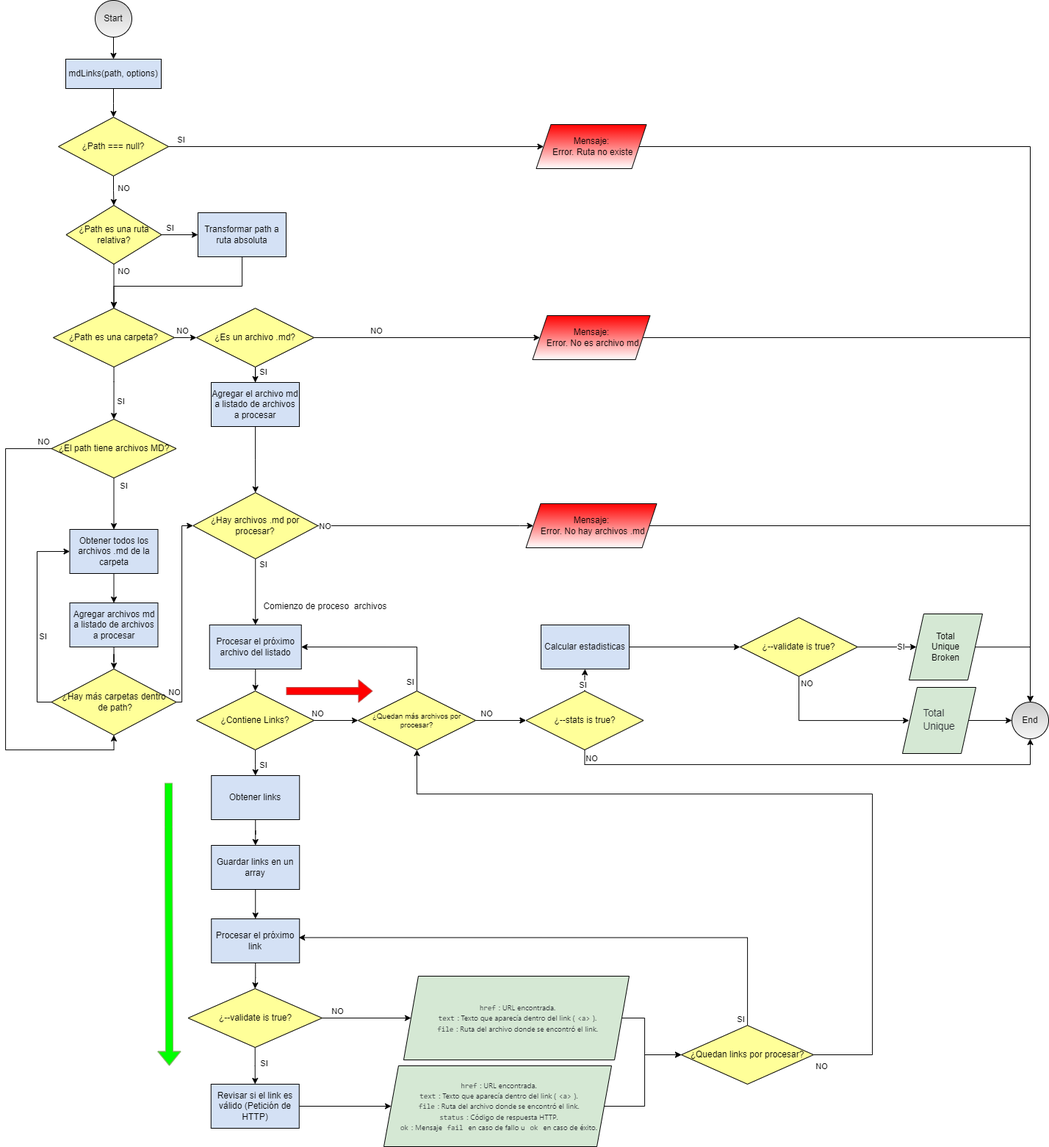
The draw.io diagram Readme img/Flowchart.png in roxanna-sa/MD-links, before a commit. Source tidied: cells renumbered, new cells last; positions are measured from the earlier drawing's top-left corner, leaving out a move shared by most shapes.
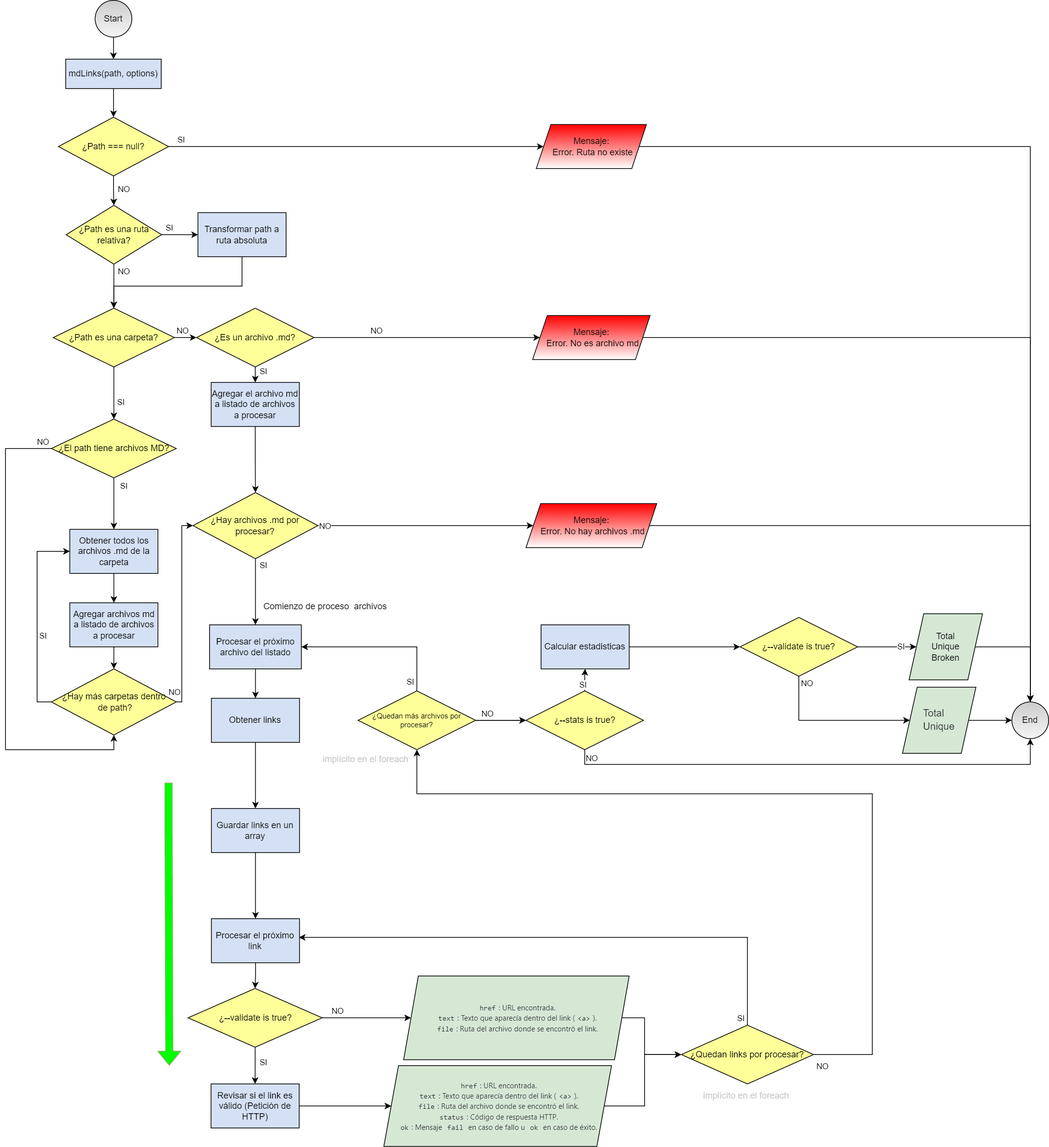
Later version of the same file.

Commit message:
flowchart img readme

Diff of the diagram source:
```diff
@@ -133,36 +133,17 @@
         <mxPoint y="-10" as="offset" />
       </mxGeometry>
     </mxCell>
-    <mxCell id="35" style="edgeStyle=orthogonalEdgeStyle;rounded=0;jettySize=auto;html=1;entryX=0.5;entryY=0;entryDx=0;entryDy=0;" parent="1" edge="1" source="36" target="41">
-      <mxGeometry relative="1" as="geometry" />
-    </mxCell>
     <mxCell id="36" value="Procesar el próximo archivo del listado" style="rounded=0;whiteSpace=wrap;html=1;fillColor=#D4E1F5;" parent="1" vertex="1">
       <mxGeometry x="277.8" y="850" width="125" height="60" as="geometry" />
     </mxCell>
-    <mxCell id="37" style="edgeStyle=orthogonalEdgeStyle;rounded=0;jettySize=auto;html=1;" parent="1" edge="1" source="41" target="43">
+    <mxCell id="37" style="edgeStyle=orthogonalEdgeStyle;rounded=0;jettySize=auto;html=1;exitX=0.5;exitY=1;exitDx=0;exitDy=0;" parent="1" edge="1" source="36" target="43">
       <mxGeometry relative="1" as="geometry" />
     </mxCell>
-    <mxCell id="38" value="SI" style="edgeLabel;html=1;align=center;verticalAlign=middle;" parent="37" vertex="1">
-      <mxGeometry x="0.4" y="-2" relative="1" as="geometry">
-        <mxPoint x="12" y="-5" as="offset" />
-      </mxGeometry>
-    </mxCell>
-    <mxCell id="39" style="edgeStyle=orthogonalEdgeStyle;rounded=0;jettySize=auto;html=1;entryX=0;entryY=0.5;entryDx=0;entryDy=0;" parent="1" edge="1" source="41" target="87">
-      <mxGeometry relative="1" as="geometry" />
-    </mxCell>
-    <mxCell id="40" value="NO" style="edgeLabel;html=1;align=center;verticalAlign=middle;" parent="39" vertex="1">
-      <mxGeometry x="-0.85" y="-2" relative="1" as="geometry">
-        <mxPoint x="-1" y="-12" as="offset" />
-      </mxGeometry>
-    </mxCell>
-    <mxCell id="41" value="¿Contiene Links?" style="rhombus;whiteSpace=wrap;html=1;fillColor=#FFFF99;" parent="1" vertex="1">
-      <mxGeometry x="260" y="940" width="160" height="80" as="geometry" />
-    </mxCell>
     <mxCell id="42" style="edgeStyle=orthogonalEdgeStyle;rounded=0;jettySize=auto;html=1;" parent="1" edge="1" source="43" target="66">
       <mxGeometry relative="1" as="geometry" />
     </mxCell>
     <mxCell id="43" value="Obtener links" style="rounded=0;whiteSpace=wrap;html=1;fillColor=#D4E1F5;" parent="1" vertex="1">
-      <mxGeometry x="280.2" y="1055" width="120" height="60" as="geometry" />
+      <mxGeometry x="280.2" y="950" width="120" height="60" as="geometry" />
     </mxCell>
     <mxCell id="44" value="Mensaje:&lt;br&gt;&amp;nbsp;Error. Ruta no existe" style="shape=parallelogram;perimeter=parallelogramPerimeter;whiteSpace=wrap;html=1;fixedSize=1;fillColor=#FF0000;gradientColor=#FFFFFF;gradientDirection=south;" parent="1" vertex="1">
       <mxGeometry x="722.5" y="169" width="150" height="60" as="geometry" />
@@ -272,7 +253,7 @@
       <mxGeometry relative="1" as="geometry" />
     </mxCell>
     <mxCell id="66" value="Guardar links en un array" style="rounded=0;whiteSpace=wrap;html=1;fillColor=#D4E1F5;" parent="1" vertex="1">
-      <mxGeometry x="280.2" y="1150" width="120" height="60" as="geometry" />
+      <mxGeometry x="280.2" y="1100" width="120" height="60" as="geometry" />
     </mxCell>
     <mxCell id="67" style="edgeStyle=orthogonalEdgeStyle;rounded=0;jettySize=auto;html=1;" parent="1" edge="1" source="71" target="20">
       <mxGeometry relative="1" as="geometry" />
@@ -451,14 +432,11 @@
         </Array>
       </mxGeometry>
     </mxCell>
-    <mxCell id="111" style="shape=flexArrow;endArrow=classic;html=1;rounded=0;labelBackgroundColor=#FF0000;fillColor=#FF0000;strokeColor=#b85450;" parent="1" edge="1">
-      <mxGeometry relative="1" as="geometry">
-        <mxPoint x="382" y="940" as="sourcePoint" />
-        <mxPoint x="500" y="940" as="targetPoint" />
-        <Array as="points">
-          <mxPoint x="382" y="940" />
-        </Array>
-      </mxGeometry>
-    </mxCell>
+    <mxCell id="112" value="implícito en el foreach" style="text;html=1;align=center;verticalAlign=middle;strokeColor=none;fillColor=none;fontColor=#CCCCCC;" parent="1" vertex="1">
+      <mxGeometry x="940" y="1478" width="135" height="26" as="geometry" />
+    </mxCell>
+    <mxCell id="113" value="implícito en el foreach" style="text;html=1;align=center;verticalAlign=middle;strokeColor=none;fillColor=none;fontColor=#CCCCCC;" parent="1" vertex="1">
+      <mxGeometry x="422" y="1020" width="135" height="26" as="geometry" />
+    </mxCell>
   </root>
 </mxGraphModel>
```
